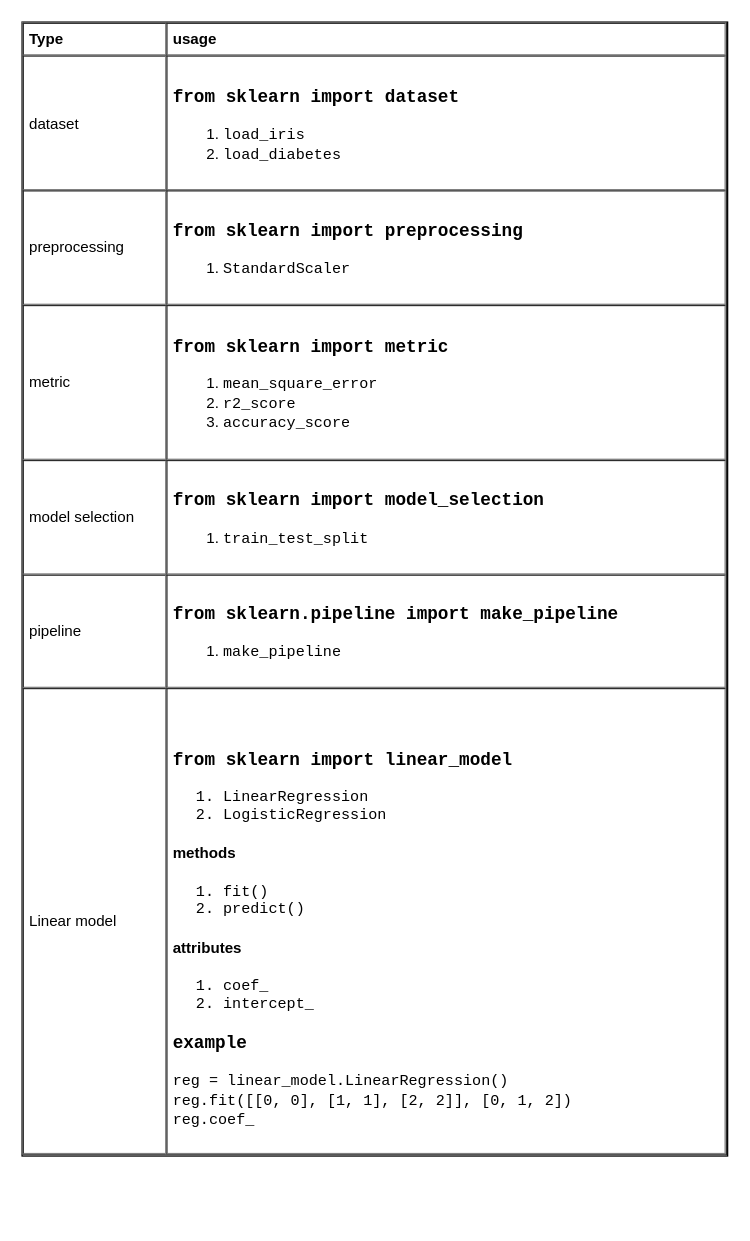
yangdj/tf_docs keeps this draw.io diagram as page "sklearn" (2 of 4) of ml/ml.drawio. Above is the earlier version. Source tidied: cells renumbered, new cells numbered last; positions are measured from the earlier drawing's top-left corner, leaving out a move shared by most shapes. Both pictures are drawn from the tidied source at 126%, with x=0, y=0 at pixel (21, 21).
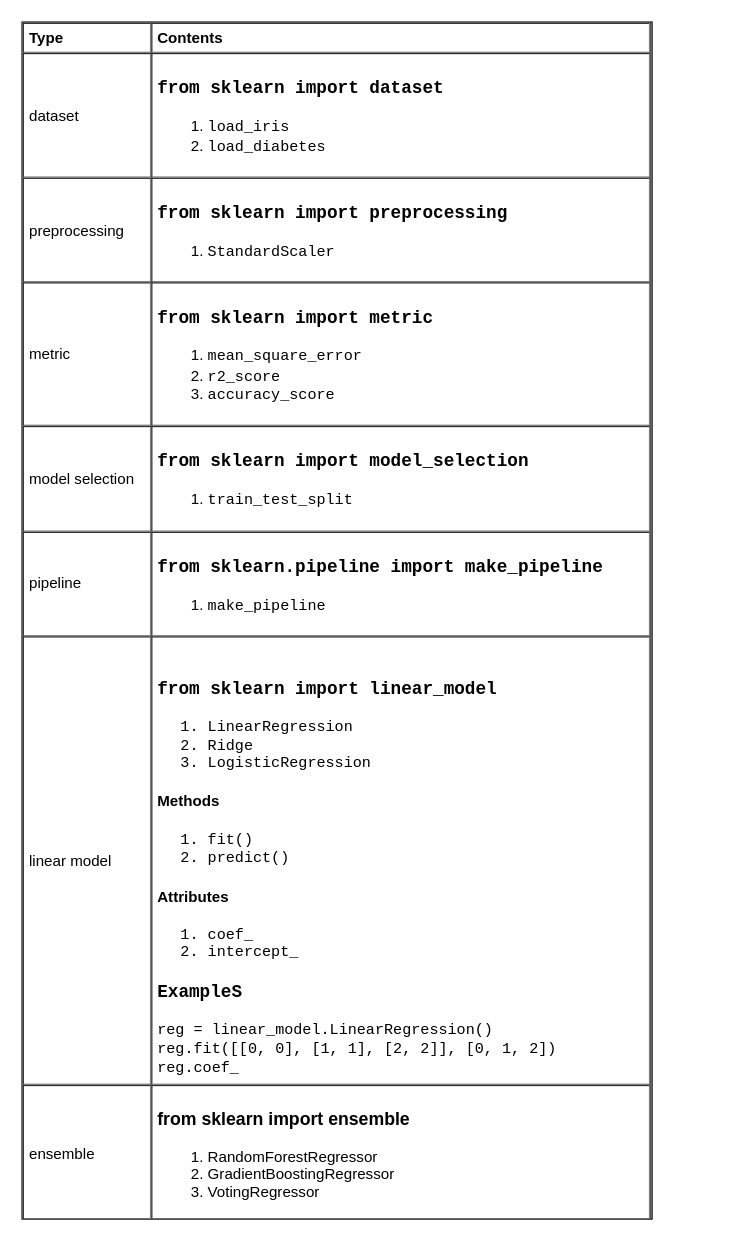
The same page after the edit.

What changed in the source:
```diff
@@
 <mxGraphModel>
   <root>
     <mxCell id="0" />
     <mxCell id="1" parent="0" />
-    <mxCell id="2" value="&lt;table cellpadding=&quot;4&quot; cellspacing=&quot;0&quot; border=&quot;1&quot; style=&quot;font-size: 1em ; width: 100% ; height: 100%&quot;&gt;&lt;tbody&gt;&lt;tr&gt;&lt;th&gt;Type&lt;/th&gt;&lt;th&gt;usage&lt;/th&gt;&lt;/tr&gt;&lt;tr&gt;&lt;td&gt;dataset&lt;/td&gt;&lt;td&gt;&lt;h3&gt;&lt;font face=&quot;Courier New&quot;&gt;from sklearn import dataset&lt;/font&gt;&lt;/h3&gt;&lt;div&gt;&lt;ol&gt;&lt;li&gt;&lt;font face=&quot;Courier New&quot;&gt;load_iris&lt;/font&gt;&lt;/li&gt;&lt;li&gt;&lt;font face=&quot;Courier New&quot;&gt;load_diabetes&lt;/font&gt;&lt;/li&gt;&lt;/ol&gt;&lt;/div&gt;&lt;/td&gt;&lt;/tr&gt;&lt;tr&gt;&lt;td&gt;preprocessing&lt;/td&gt;&lt;td&gt;&lt;h3&gt;&lt;font face=&quot;Courier New&quot;&gt;from sklearn import preprocessing&lt;/font&gt;&lt;/h3&gt;&lt;div&gt;&lt;ol&gt;&lt;li&gt;&lt;font face=&quot;Courier New&quot;&gt;StandardScaler&lt;/font&gt;&lt;/li&gt;&lt;/ol&gt;&lt;/div&gt;&lt;/td&gt;&lt;/tr&gt;&lt;tr&gt;&lt;td&gt;metric&lt;/td&gt;&lt;td&gt;&lt;h3&gt;&lt;font face=&quot;Courier New&quot;&gt;from sklearn import metric&lt;/font&gt;&lt;/h3&gt;&lt;div&gt;&lt;ol&gt;&lt;li&gt;&lt;font face=&quot;Courier New&quot;&gt;mean_square_error&lt;/font&gt;&lt;/li&gt;&lt;li&gt;&lt;font face=&quot;Courier New&quot;&gt;r2_score&lt;/font&gt;&lt;/li&gt;&lt;li&gt;&lt;font face=&quot;Courier New&quot;&gt;accuracy_score&lt;/font&gt;&lt;/li&gt;&lt;/ol&gt;&lt;/div&gt;&lt;/td&gt;&lt;/tr&gt;&lt;tr&gt;&lt;td&gt;model selection&lt;/td&gt;&lt;td&gt;&lt;h3&gt;&lt;font face=&quot;Courier New&quot;&gt;from sklearn import model_selection&lt;/font&gt;&lt;/h3&gt;&lt;div&gt;&lt;ol&gt;&lt;li&gt;&lt;font face=&quot;Courier New&quot;&gt;train_test_split&lt;/font&gt;&lt;/li&gt;&lt;/ol&gt;&lt;/div&gt;&lt;/td&gt;&lt;/tr&gt;&lt;tr&gt;&lt;td&gt;pipeline&lt;/td&gt;&lt;td&gt;&lt;h3&gt;&lt;font face=&quot;Courier New&quot;&gt;from sklearn.pipeline import make_pipeline&lt;/font&gt;&lt;/h3&gt;&lt;div&gt;&lt;ol&gt;&lt;li&gt;&lt;font face=&quot;Courier New&quot;&gt;make_pipeline&lt;/font&gt;&lt;/li&gt;&lt;/ol&gt;&lt;/div&gt;&lt;/td&gt;&lt;/tr&gt;&lt;tr&gt;&lt;td&gt;Linear model&lt;/td&gt;&lt;td&gt;&lt;br&gt;&lt;h3&gt;&lt;font face=&quot;Courier New&quot;&gt;from sklearn import linear_model&lt;/font&gt;&lt;/h3&gt;&lt;ol style=&quot;font-family: &amp;#34;courier new&amp;#34;&quot;&gt;&lt;li&gt;&lt;font face=&quot;Courier New&quot;&gt;LinearRegression&lt;br&gt;&lt;/font&gt;&lt;/li&gt;&lt;li&gt;&lt;font face=&quot;Courier New&quot;&gt;LogisticRegression&lt;/font&gt;&lt;/li&gt;&lt;/ol&gt;&lt;h4&gt;methods&lt;/h4&gt;&lt;div&gt;&lt;ol style=&quot;font-family: &amp;#34;courier new&amp;#34;&quot;&gt;&lt;li&gt;&lt;font face=&quot;Courier New&quot;&gt;&lt;div&gt;fit()&lt;/div&gt;&lt;/font&gt;&lt;/li&gt;&lt;li&gt;&lt;div&gt;predict()&lt;/div&gt;&lt;/li&gt;&lt;/ol&gt;&lt;h4&gt;attributes&lt;/h4&gt;&lt;div style=&quot;font-family: &amp;#34;courier new&amp;#34;&quot;&gt;&lt;ol&gt;&lt;li&gt;coef_&lt;/li&gt;&lt;li&gt;intercept_&lt;/li&gt;&lt;/ol&gt;&lt;/div&gt;&lt;/div&gt;&lt;h3&gt;&lt;font face=&quot;Courier New&quot;&gt;example&lt;/font&gt;&lt;/h3&gt;&lt;font face=&quot;Courier New&quot;&gt;reg = linear_model.LinearRegression()&lt;br&gt;reg.fit([[0, 0], [1, 1], [2, 2]], [0, 1, 2])&lt;br&gt;reg.coef_&lt;/font&gt;&lt;/td&gt;&lt;/tr&gt;&lt;/tbody&gt;&lt;/table&gt; " style="verticalAlign=top;align=left;overflow=fill;fontSize=12;fontFamily=Helvetica;html=1;" parent="1" vertex="1">
-      <mxGeometry width="560" height="900" as="geometry" />
+    <mxCell id="2" value="&lt;table cellpadding=&quot;4&quot; cellspacing=&quot;0&quot; border=&quot;1&quot; style=&quot;font-size: 1em ; width: 100% ; height: 100%&quot;&gt;&lt;tbody&gt;&lt;tr&gt;&lt;th&gt;Type&lt;/th&gt;&lt;th&gt;Contents&lt;/th&gt;&lt;/tr&gt;&lt;tr&gt;&lt;td&gt;dataset&lt;/td&gt;&lt;td&gt;&lt;h3&gt;&lt;font face=&quot;Courier New&quot;&gt;from sklearn import dataset&lt;/font&gt;&lt;/h3&gt;&lt;div&gt;&lt;ol&gt;&lt;li&gt;&lt;font face=&quot;Courier New&quot;&gt;load_iris&lt;/font&gt;&lt;/li&gt;&lt;li&gt;&lt;font face=&quot;Courier New&quot;&gt;load_diabetes&lt;/font&gt;&lt;/li&gt;&lt;/ol&gt;&lt;/div&gt;&lt;/td&gt;&lt;/tr&gt;&lt;tr&gt;&lt;td&gt;preprocessing&lt;/td&gt;&lt;td&gt;&lt;h3&gt;&lt;font face=&quot;Courier New&quot;&gt;from sklearn import preprocessing&lt;/font&gt;&lt;/h3&gt;&lt;div&gt;&lt;ol&gt;&lt;li&gt;&lt;font face=&quot;Courier New&quot;&gt;StandardScaler&lt;/font&gt;&lt;/li&gt;&lt;/ol&gt;&lt;/div&gt;&lt;/td&gt;&lt;/tr&gt;&lt;tr&gt;&lt;td&gt;metric&lt;/td&gt;&lt;td&gt;&lt;h3&gt;&lt;font face=&quot;Courier New&quot;&gt;from sklearn import metric&lt;/font&gt;&lt;/h3&gt;&lt;div&gt;&lt;ol&gt;&lt;li&gt;&lt;font face=&quot;Courier New&quot;&gt;mean_square_error&lt;/font&gt;&lt;/li&gt;&lt;li&gt;&lt;font face=&quot;Courier New&quot;&gt;r2_score&lt;/font&gt;&lt;/li&gt;&lt;li&gt;&lt;font face=&quot;Courier New&quot;&gt;accuracy_score&lt;/font&gt;&lt;/li&gt;&lt;/ol&gt;&lt;/div&gt;&lt;/td&gt;&lt;/tr&gt;&lt;tr&gt;&lt;td&gt;model selection&lt;/td&gt;&lt;td&gt;&lt;h3&gt;&lt;font face=&quot;Courier New&quot;&gt;from sklearn import model_selection&lt;/font&gt;&lt;/h3&gt;&lt;div&gt;&lt;ol&gt;&lt;li&gt;&lt;font face=&quot;Courier New&quot;&gt;train_test_split&lt;/font&gt;&lt;/li&gt;&lt;/ol&gt;&lt;/div&gt;&lt;/td&gt;&lt;/tr&gt;&lt;tr&gt;&lt;td&gt;pipeline&lt;/td&gt;&lt;td&gt;&lt;h3&gt;&lt;font face=&quot;Courier New&quot;&gt;from sklearn.pipeline import make_pipeline&lt;/font&gt;&lt;/h3&gt;&lt;div&gt;&lt;ol&gt;&lt;li&gt;&lt;font face=&quot;Courier New&quot;&gt;make_pipeline&lt;/font&gt;&lt;/li&gt;&lt;/ol&gt;&lt;/div&gt;&lt;/td&gt;&lt;/tr&gt;&lt;tr&gt;&lt;td&gt;linear model&lt;/td&gt;&lt;td&gt;&lt;br&gt;&lt;h3&gt;&lt;font face=&quot;Courier New&quot;&gt;from sklearn import linear_model&lt;/font&gt;&lt;/h3&gt;&lt;ol style=&quot;font-family: &amp;#34;courier new&amp;#34;&quot;&gt;&lt;li&gt;&lt;font face=&quot;Courier New&quot;&gt;LinearRegression&lt;br&gt;&lt;/font&gt;&lt;/li&gt;&lt;li&gt;&lt;font face=&quot;Courier New&quot;&gt;Ridge&lt;/font&gt;&lt;/li&gt;&lt;li&gt;&lt;font face=&quot;Courier New&quot;&gt;LogisticRegression&lt;/font&gt;&lt;/li&gt;&lt;/ol&gt;&lt;h4&gt;Methods&lt;/h4&gt;&lt;div&gt;&lt;ol style=&quot;font-family: &amp;#34;courier new&amp;#34;&quot;&gt;&lt;li&gt;&lt;font face=&quot;Courier New&quot;&gt;&lt;div&gt;fit()&lt;/div&gt;&lt;/font&gt;&lt;/li&gt;&lt;li&gt;&lt;div&gt;predict()&lt;/div&gt;&lt;/li&gt;&lt;/ol&gt;&lt;h4&gt;Attributes&lt;/h4&gt;&lt;div style=&quot;font-family: &amp;#34;courier new&amp;#34;&quot;&gt;&lt;ol&gt;&lt;li&gt;coef_&lt;/li&gt;&lt;li&gt;intercept_&lt;/li&gt;&lt;/ol&gt;&lt;/div&gt;&lt;/div&gt;&lt;h3&gt;&lt;font face=&quot;Courier New&quot;&gt;ExampleS&lt;/font&gt;&lt;/h3&gt;&lt;font face=&quot;Courier New&quot;&gt;reg = linear_model.LinearRegression()&lt;br&gt;reg.fit([[0, 0], [1, 1], [2, 2]], [0, 1, 2])&lt;br&gt;reg.coef_&lt;/font&gt;&lt;/td&gt;&lt;/tr&gt;&lt;tr&gt;&lt;td&gt;ensemble&lt;/td&gt;&lt;td&gt;&lt;h3&gt;from sklearn import ensemble&lt;/h3&gt;&lt;ol&gt;&lt;li&gt;RandomForestRegressor&lt;/li&gt;&lt;li&gt;GradientBoostingRegressor&lt;/li&gt;&lt;li&gt;VotingRegressor&lt;/li&gt;&lt;/ol&gt;&lt;/td&gt;&lt;/tr&gt;&lt;/tbody&gt;&lt;/table&gt; " style="verticalAlign=top;align=left;overflow=fill;fontSize=12;fontFamily=Helvetica;html=1;" parent="1" vertex="1">
+      <mxGeometry width="500" height="950" as="geometry" />
     </mxCell>
   </root>
 </mxGraphModel>
```
